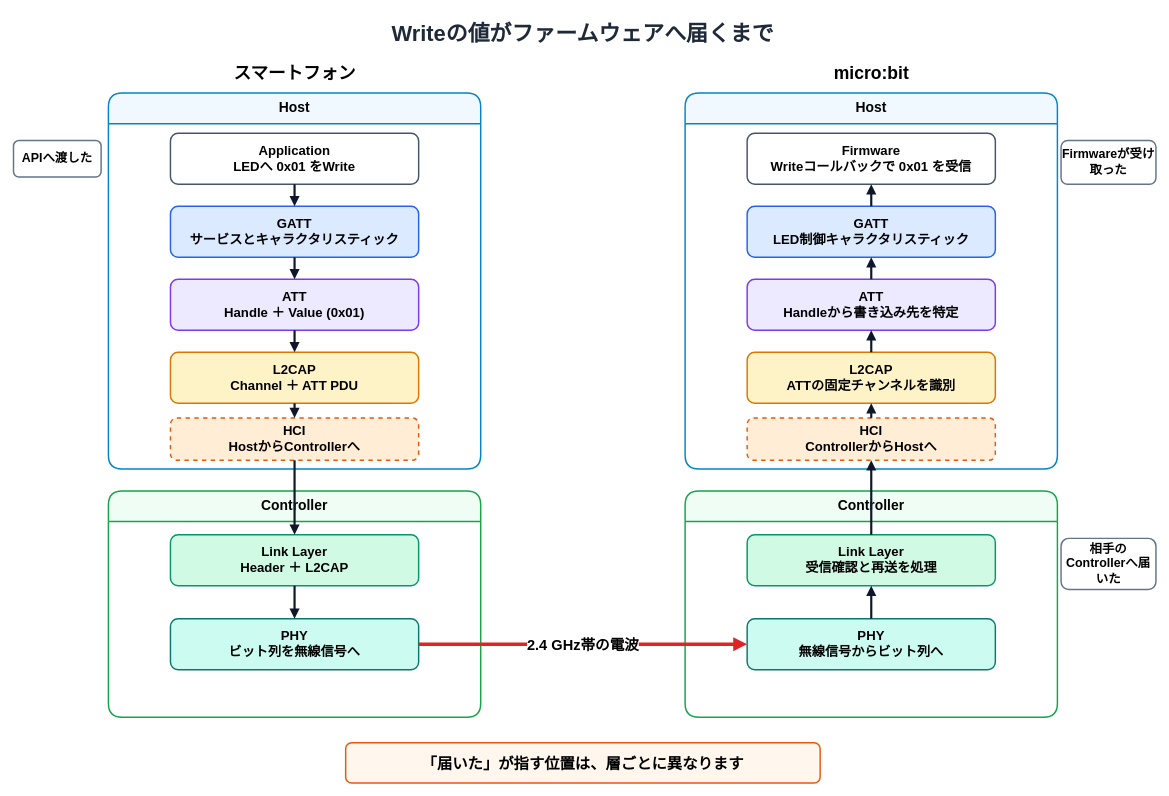
Above: manuscript/images/diagrams/source/ch02-gatt-write-packet-path.drawio in reinforce-lab/ble-in-action (draw.io), before the change. Source tidied: cells renumbered, new cells numbered last; positions are measured from the earlier drawing's top-left corner, leaving out a move shared by most shapes. Both pictures are drawn from the tidied source at 73%, with x=0, y=0 at pixel (13, 12).
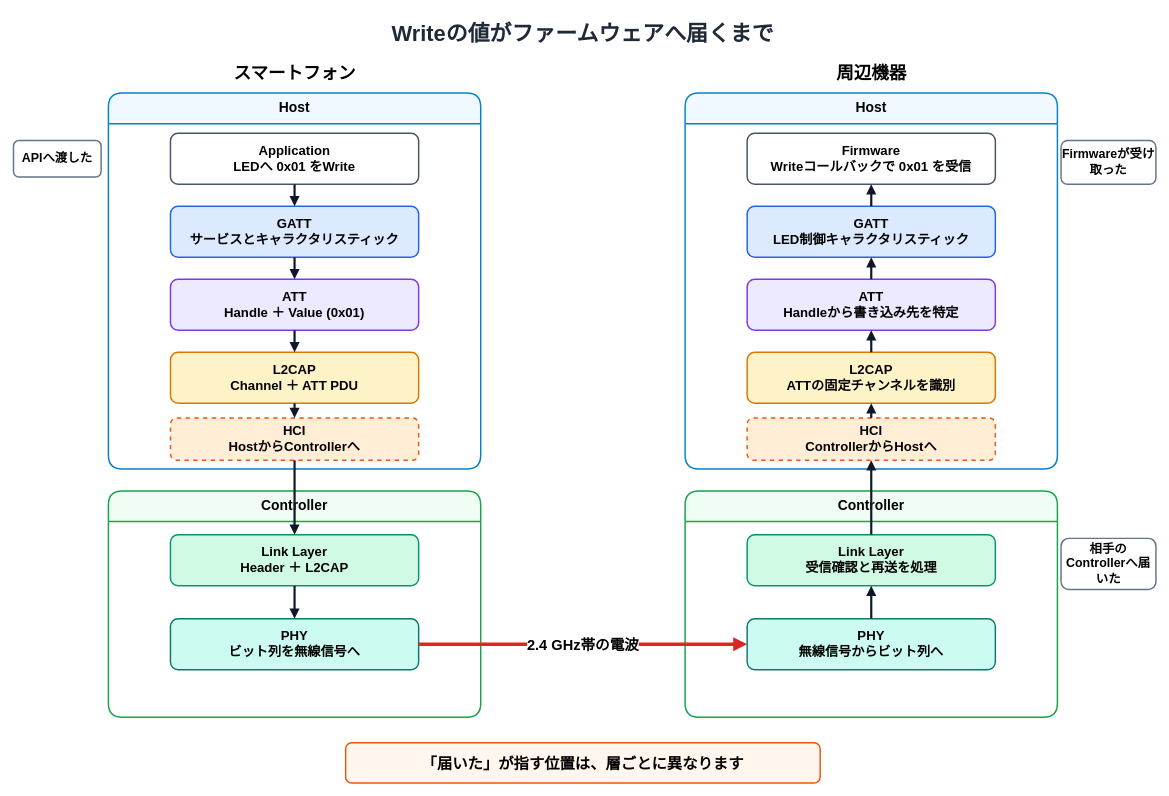
Above is the later version.

Diff of the diagram source:
```diff
@@
-    <mxCell id="4" value="micro:bit" style="text;html=1;align=center;verticalAlign=middle;fontFamily=Hiragino Sans;fontSize=24;fontStyle=1;" parent="1" vertex="1">
+    <mxCell id="4" value="周辺機器" style="text;html=1;align=center;verticalAlign=middle;fontFamily=Hiragino Sans;fontSize=24;fontStyle=1;" parent="1" vertex="1">
       <mxGeometry x="940" y="60" width="470" height="45" as="geometry" />
     </mxCell>
```
